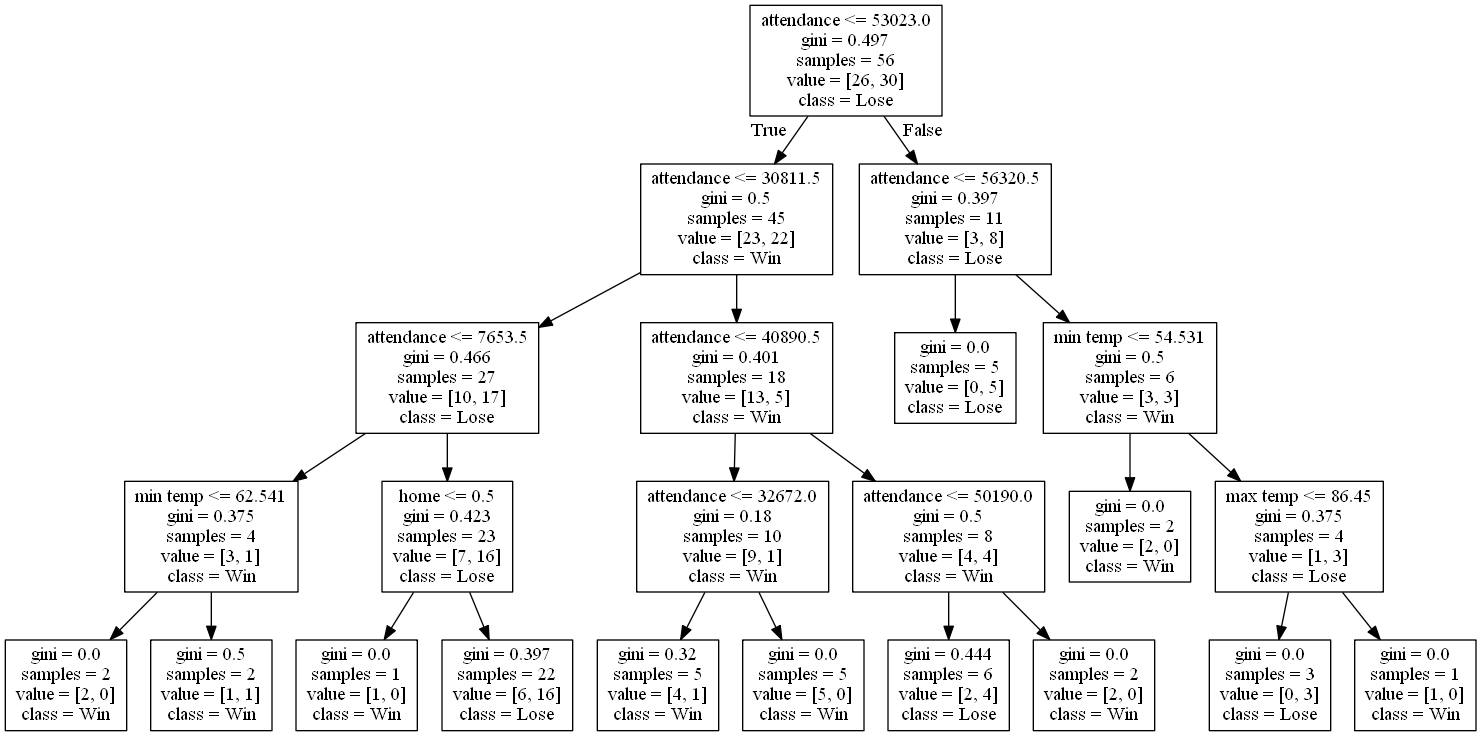
Earlier version of the Graphviz export DecisionTrees/decision_tree_no_score2.png (alexana-steck/CSE482Project). Its source is kept beside it as DecisionTrees/decision_tree_no_score2.dot.
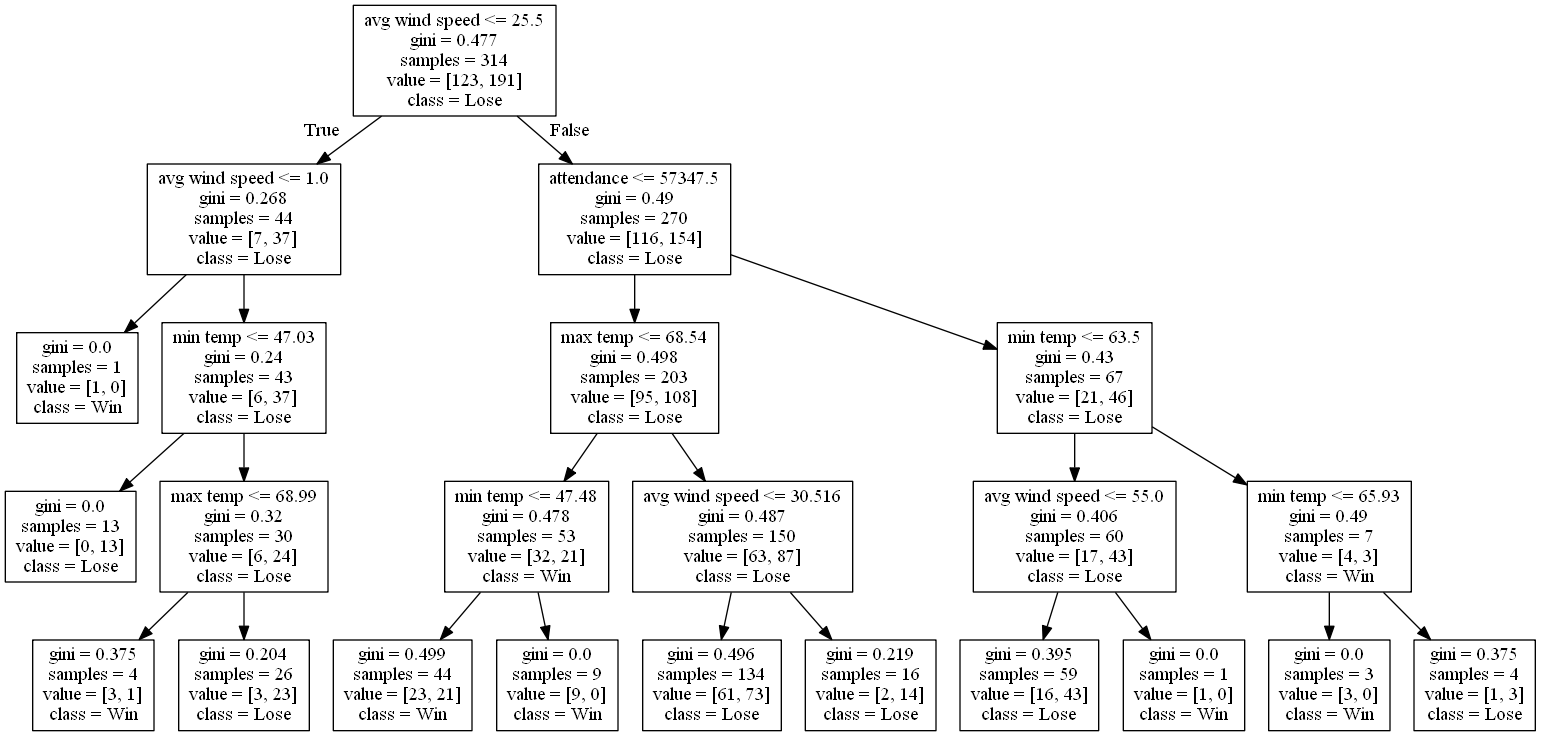
Later version of the same file.

Diff of the diagram source:
```diff
@@ -1,48 +1,48 @@
 digraph Tree {
 node [shape=box] ;
-0 [label="attendance <= 53023.0\ngini = 0.497\nsamples = 56\nvalue = [26, 30]\nclass = Lose"] ;
-1 [label="attendance <= 30811.5\ngini = 0.5\nsamples = 45\nvalue = [23, 22]\nclass = Win"] ;
+0 [label="avg wind speed <= 25.5\ngini = 0.477\nsamples = 314\nvalue = [123, 191]\nclass = Lose"] ;
+1 [label="avg wind speed <= 1.0\ngini = 0.268\nsamples = 44\nvalue = [7, 37]\nclass = Lose"] ;
 0 -> 1 [labeldistance=2.5, labelangle=45, headlabel="True"] ;
-2 [label="attendance <= 7653.5\ngini = 0.466\nsamples = 27\nvalue = [10, 17]\nclass = Lose"] ;
+2 [label="gini = 0.0\nsamples = 1\nvalue = [1, 0]\nclass = Win"] ;
 1 -> 2 ;
-3 [label="min temp <= 62.541\ngini = 0.375\nsamples = 4\nvalue = [3, 1]\nclass = Win"] ;
-2 -> 3 ;
-4 [label="gini = 0.0\nsamples = 2\nvalue = [2, 0]\nclass = Win"] ;
+3 [label="min temp <= 47.03\ngini = 0.24\nsamples = 43\nvalue = [6, 37]\nclass = Lose"] ;
+1 -> 3 ;
+4 [label="gini = 0.0\nsamples = 13\nvalue = [0, 13]\nclass = Lose"] ;
 3 -> 4 ;
-5 [label="gini = 0.5\nsamples = 2\nvalue = [1, 1]\nclass = Win"] ;
+5 [label="max temp <= 68.99\ngini = 0.32\nsamples = 30\nvalue = [6, 24]\nclass = Lose"] ;
 3 -> 5 ;
-6 [label="home <= 0.5\ngini = 0.423\nsamples = 23\nvalue = [7, 16]\nclass = Lose"] ;
-2 -> 6 ;
-7 [label="gini = 0.0\nsamples = 1\nvalue = [1, 0]\nclass = Win"] ;
-6 -> 7 ;
-8 [label="gini = 0.397\nsamples = 22\nvalue = [6, 16]\nclass = Lose"] ;
-6 -> 8 ;
-9 [label="attendance <= 40890.5\ngini = 0.401\nsamples = 18\nvalue = [13, 5]\nclass = Win"] ;
-1 -> 9 ;
-10 [label="attendance <= 32672.0\ngini = 0.18\nsamples = 10\nvalue = [9, 1]\nclass = Win"] ;
+6 [label="gini = 0.375\nsamples = 4\nvalue = [3, 1]\nclass = Win"] ;
+5 -> 6 ;
+7 [label="gini = 0.204\nsamples = 26\nvalue = [3, 23]\nclass = Lose"] ;
+5 -> 7 ;
+8 [label="attendance <= 57347.5\ngini = 0.49\nsamples = 270\nvalue = [116, 154]\nclass = Lose"] ;
+0 -> 8 [labeldistance=2.5, labelangle=-45, headlabel="False"] ;
+9 [label="max temp <= 68.54\ngini = 0.498\nsamples = 203\nvalue = [95, 108]\nclass = Lose"] ;
+8 -> 9 ;
+10 [label="min temp <= 47.48\ngini = 0.478\nsamples = 53\nvalue = [32, 21]\nclass = Win"] ;
 9 -> 10 ;
-11 [label="gini = 0.32\nsamples = 5\nvalue = [4, 1]\nclass = Win"] ;
+11 [label="gini = 0.499\nsamples = 44\nvalue = [23, 21]\nclass = Win"] ;
 10 -> 11 ;
-12 [label="gini = 0.0\nsamples = 5\nvalue = [5, 0]\nclass = Win"] ;
+12 [label="gini = 0.0\nsamples = 9\nvalue = [9, 0]\nclass = Win"] ;
 10 -> 12 ;
-13 [label="attendance <= 50190.0\ngini = 0.5\nsamples = 8\nvalue = [4, 4]\nclass = Win"] ;
+13 [label="avg wind speed <= 30.516\ngini = 0.487\nsamples = 150\nvalue = [63, 87]\nclass = Lose"] ;
 9 -> 13 ;
-14 [label="gini = 0.444\nsamples = 6\nvalue = [2, 4]\nclass = Lose"] ;
+14 [label="gini = 0.496\nsamples = 134\nvalue = [61, 73]\nclass = Lose"] ;
 13 -> 14 ;
-15 [label="gini = 0.0\nsamples = 2\nvalue = [2, 0]\nclass = Win"] ;
+15 [label="gini = 0.219\nsamples = 16\nvalue = [2, 14]\nclass = Lose"] ;
 13 -> 15 ;
-16 [label="attendance <= 56320.5\ngini = 0.397\nsamples = 11\nvalue = [3, 8]\nclass = Lose"] ;
-0 -> 16 [labeldistance=2.5, labelangle=-45, headlabel="False"] ;
-17 [label="gini = 0.0\nsamples = 5\nvalue = [0, 5]\nclass = Lose"] ;
+16 [label="min temp <= 63.5\ngini = 0.43\nsamples = 67\nvalue = [21, 46]\nclass = Lose"] ;
+8 -> 16 ;
+17 [label="avg wind speed <= 55.0\ngini = 0.406\nsamples = 60\nvalue = [17, 43]\nclass = Lose"] ;
 16 -> 17 ;
-18 [label="min temp <= 54.531\ngini = 0.5\nsamples = 6\nvalue = [3, 3]\nclass = Win"] ;
-16 -> 18 ;
-19 [label="gini = 0.0\nsamples = 2\nvalue = [2, 0]\nclass = Win"] ;
-18 -> 19 ;
-20 [label="max temp <= 86.45\ngini = 0.375\nsamples = 4\nvalue = [1, 3]\nclass = Lose"] ;
-18 -> 20 ;
-21 [label="gini = 0.0\nsamples = 3\nvalue = [0, 3]\nclass = Lose"] ;
+18 [label="gini = 0.395\nsamples = 59\nvalue = [16, 43]\nclass = Lose"] ;
+17 -> 18 ;
+19 [label="gini = 0.0\nsamples = 1\nvalue = [1, 0]\nclass = Win"] ;
+17 -> 19 ;
+20 [label="min temp <= 65.93\ngini = 0.49\nsamples = 7\nvalue = [4, 3]\nclass = Win"] ;
+16 -> 20 ;
+21 [label="gini = 0.0\nsamples = 3\nvalue = [3, 0]\nclass = Win"] ;
 20 -> 21 ;
-22 [label="gini = 0.0\nsamples = 1\nvalue = [1, 0]\nclass = Win"] ;
+22 [label="gini = 0.375\nsamples = 4\nvalue = [1, 3]\nclass = Lose"] ;
 20 -> 22 ;
 }
```
